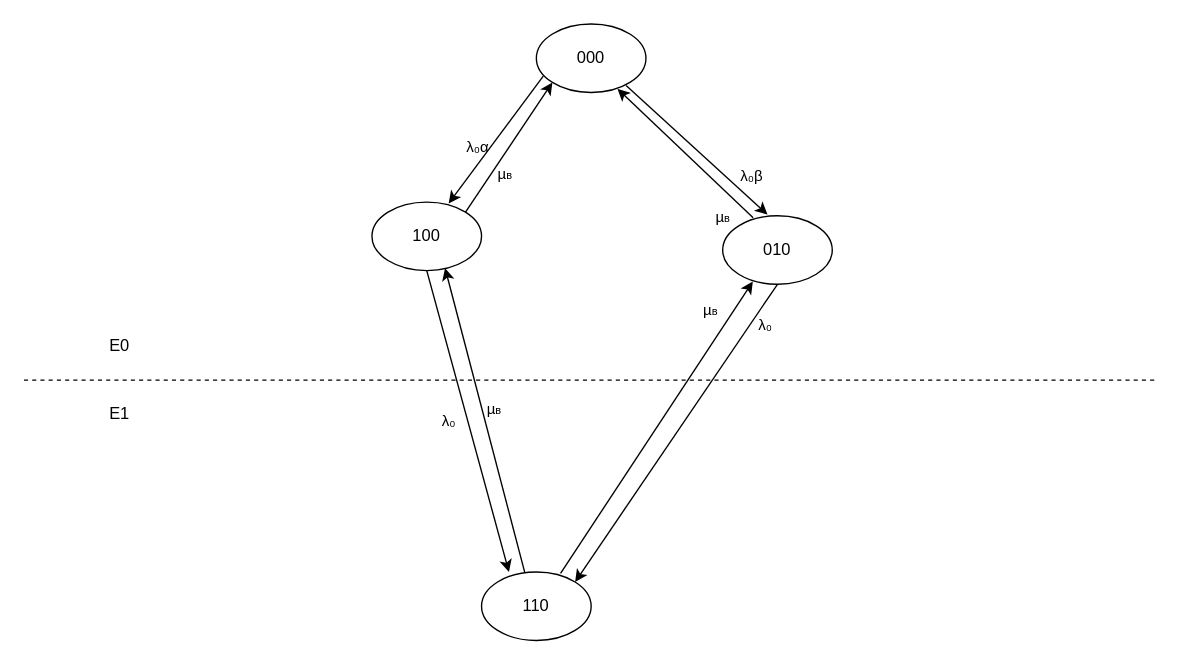
This is диаг2.drawio from kolyan3445/WHAT-THE-FUCK, a draw.io file, before an edit. Source tidied: cells renumbered, new cells numbered last; positions are measured from the earlier drawing's top-left corner, leaving out a move shared by most shapes. Both pictures are drawn from the tidied source at 137%, with x=0, y=0 at pixel (23, 23).
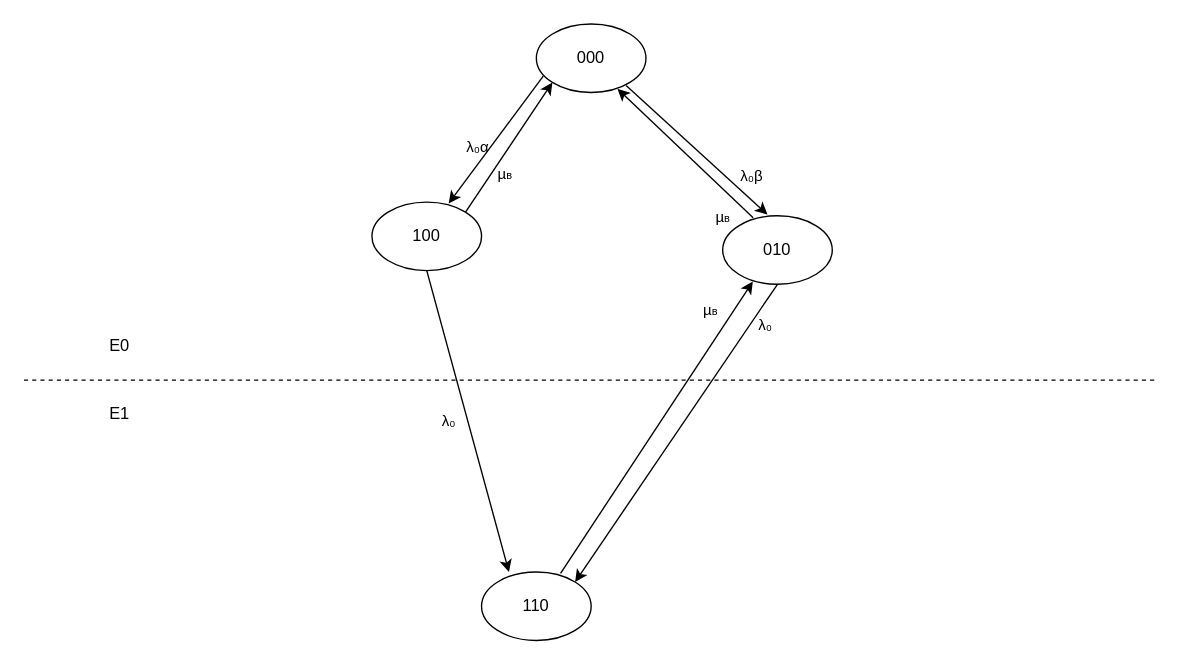
Above is the later version.

Unchanged cells that the change refers to:
```xml
<mxCell id="3" value="100" style="ellipse;whiteSpace=wrap;html=1;" parent="1" vertex="1">
  <mxGeometry x="254" y="130" width="80" height="50" as="geometry" />
</mxCell>
<mxCell id="5" value="110" style="ellipse;whiteSpace=wrap;html=1;" parent="1" vertex="1">
  <mxGeometry x="334" y="400" width="80" height="50" as="geometry" />
</mxCell>
```

Change to the diagram source:
```diff
@@
-    <mxCell id="17" style="endArrow=classic;html=1;rounded=0;entryX=0.667;entryY=0.964;entryDx=0;entryDy=0;entryPerimeter=0;exitX=0.394;exitY=0.006;exitDx=0;exitDy=0;exitPerimeter=0;" parent="1" edge="1" source="5" target="3">
-      <mxGeometry relative="1" as="geometry" />
-    </mxCell>
-    <mxCell id="18" value="µ&lt;font style=&quot;font-size: 8px;&quot;&gt;в&lt;/font&gt;" style="edgeLabel;html=1;align=center;verticalAlign=middle;labelBackgroundColor=none;" parent="17" vertex="1">
-      <mxGeometry relative="1" as="geometry">
-        <mxPoint x="6" y="-9" as="offset" />
-      </mxGeometry>
-    </mxCell>
```
